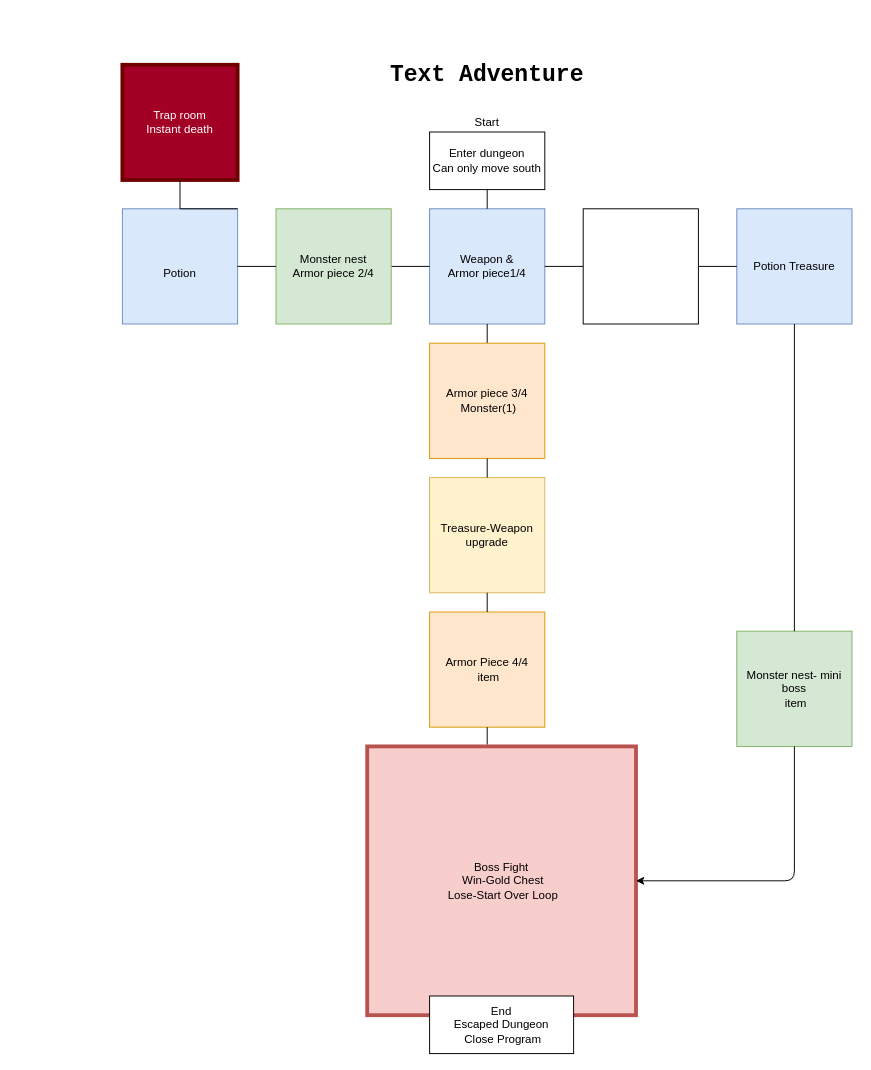
Above: Text Adventure.drawio in Cainl7996/CSC-153 (draw.io), before the change. Source tidied: cells renumbered, new cells numbered last; positions are measured from the earlier drawing's top-left corner, leaving out a move shared by most shapes. Both pictures are drawn from the tidied source at 96%, with x=0, y=0 at pixel (122, 55).
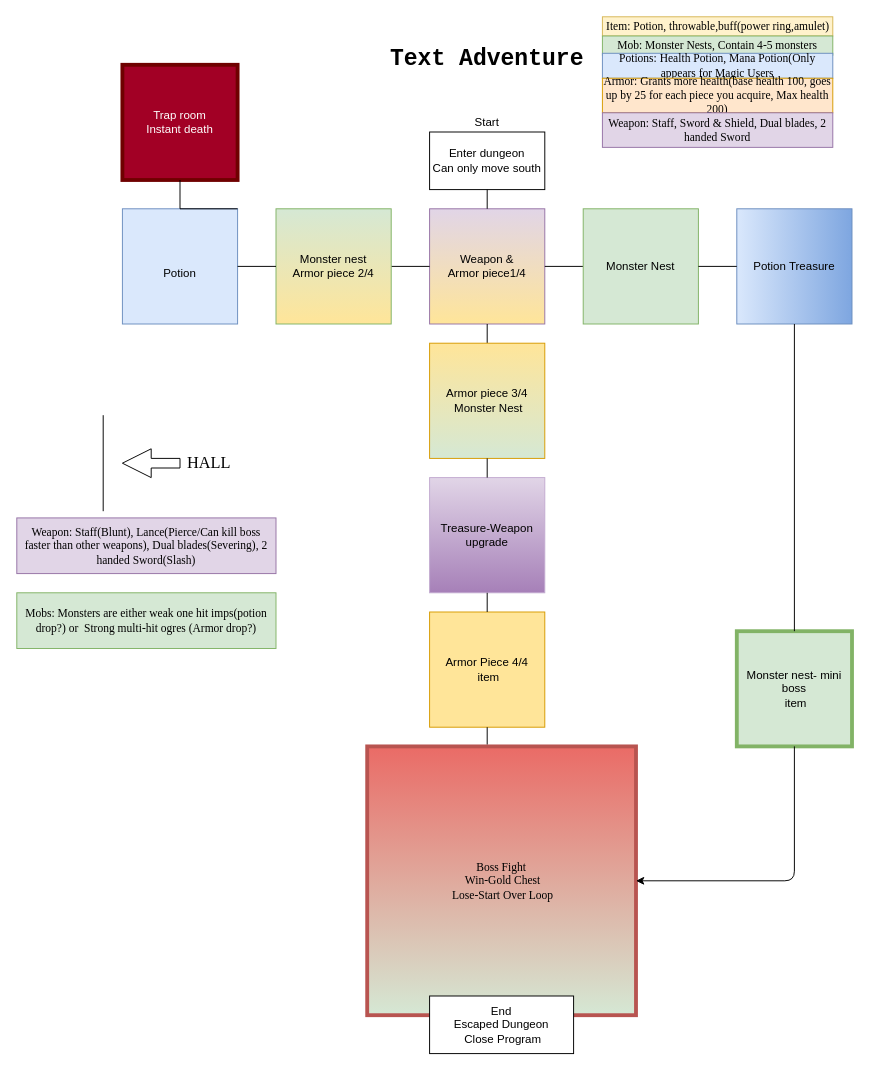
The same diagram, later.

Change to the diagram source:
```diff
@@
-    <mxCell id="3" value="Weapon &amp;amp;&lt;br&gt;Armor piece1/4" style="whiteSpace=wrap;html=1;fillColor=#dae8fc;strokeColor=#6c8ebf;" parent="1" vertex="1">
+    <mxCell id="3" value="Weapon &amp;amp;&lt;br&gt;Armor piece1/4" style="whiteSpace=wrap;html=1;fillColor=#e1d5e7;strokeColor=#9673a6;gradientColor=#FFE599;" parent="1" vertex="1">
       <mxGeometry x="320" y="160" width="120" height="120" as="geometry" />
     </mxCell>
@@
     <mxCell id="5" value="&lt;h1&gt;&lt;font face=&quot;Courier New&quot;&gt;Text Adventure&lt;/font&gt;&lt;/h1&gt;" style="text;html=1;strokeColor=none;fillColor=none;align=center;verticalAlign=middle;whiteSpace=wrap;rounded=0;" parent="1" vertex="1">
-      <mxGeometry x="160" width="440" height="40" as="geometry" />
+      <mxGeometry x="160" y="-16" width="440" height="40" as="geometry" />
     </mxCell>
@@
-    <mxCell id="10" value="Armor piece 3/4&lt;br&gt;&amp;nbsp;Monster(1)" style="whiteSpace=wrap;html=1;fillColor=#ffe6cc;strokeColor=#d79b00;" parent="1" vertex="1">
+    <mxCell id="10" value="Armor piece 3/4&lt;br&gt;&amp;nbsp;Monster Nest" style="whiteSpace=wrap;html=1;fillColor=#FFE599;strokeColor=#d79b00;gradientColor=#D5E8D4;" parent="1" vertex="1">
       <mxGeometry x="320" y="300" width="120" height="120" as="geometry" />
     </mxCell>
-    <mxCell id="11" value="Monster nest&lt;br&gt;Armor piece 2/4" style="whiteSpace=wrap;html=1;fillColor=#d5e8d4;strokeColor=#82b366;" parent="1" vertex="1">
+    <mxCell id="11" value="Monster nest&lt;br&gt;Armor piece 2/4" style="whiteSpace=wrap;html=1;fillColor=#d5e8d4;strokeColor=#82b366;gradientColor=#FFE599;" parent="1" vertex="1">
       <mxGeometry x="160" y="160" width="120" height="120" as="geometry" />
     </mxCell>
-    <mxCell id="12" style="whiteSpace=wrap;html=1;" parent="1" vertex="1">
+    <mxCell id="12" value="Monster Nest" style="whiteSpace=wrap;html=1;fillColor=#d5e8d4;strokeColor=#82b366;" parent="1" vertex="1">
       <mxGeometry x="480" y="160" width="120" height="120" as="geometry" />
     </mxCell>
@@
-    <mxCell id="14" value="Potion Treasure" style="whiteSpace=wrap;html=1;fillColor=#dae8fc;strokeColor=#6c8ebf;" parent="1" vertex="1">
+    <mxCell id="14" value="Potion Treasure" style="whiteSpace=wrap;html=1;fillColor=#dae8fc;strokeColor=#6c8ebf;gradientColor=#7EA6E0;gradientDirection=east;" parent="1" vertex="1">
       <mxGeometry x="640" y="160" width="120" height="120" as="geometry" />
     </mxCell>
-    <mxCell id="15" value="Monster nest- mini boss&lt;br&gt;&amp;nbsp;item" style="whiteSpace=wrap;html=1;fillColor=#d5e8d4;strokeColor=#82b366;" parent="1" vertex="1">
+    <mxCell id="15" value="Monster nest- mini boss&lt;br&gt;&amp;nbsp;item" style="whiteSpace=wrap;html=1;fillColor=#d5e8d4;strokeColor=#82b366;strokeWidth=4;" parent="1" vertex="1">
       <mxGeometry x="640" y="600" width="120" height="120" as="geometry" />
     </mxCell>
@@
-    <mxCell id="17" value="Treasure-Weapon upgrade" style="whiteSpace=wrap;html=1;fillColor=#fff2cc;strokeColor=#d6b656;" parent="1" vertex="1">
+    <mxCell id="17" value="Treasure-Weapon upgrade" style="whiteSpace=wrap;html=1;fillColor=#E1D5E7;strokeColor=#C3ABD0;gradientColor=#A680B8;gradientDirection=south;" parent="1" vertex="1">
       <mxGeometry x="320" y="440" width="120" height="120" as="geometry" />
     </mxCell>
-    <mxCell id="18" value="Armor Piece 4/4&lt;br&gt;&amp;nbsp;item" style="whiteSpace=wrap;html=1;fillColor=#ffe6cc;strokeColor=#d79b00;" parent="1" vertex="1">
+    <mxCell id="18" value="Armor Piece 4/4&lt;br&gt;&amp;nbsp;item" style="whiteSpace=wrap;html=1;fillColor=#FFE599;strokeColor=#d79b00;" parent="1" vertex="1">
       <mxGeometry x="320" y="580" width="120" height="120" as="geometry" />
     </mxCell>
-    <mxCell id="19" value="Boss Fight&lt;br&gt;&amp;nbsp;Win-Gold Chest&lt;br&gt;&amp;nbsp;Lose-Start Over Loop" style="whiteSpace=wrap;html=1;fillColor=#f8cecc;strokeColor=#b85450;gradientColor=none;strokeWidth=4;" parent="1" vertex="1">
+    <mxCell id="19" value="Boss Fight&lt;br&gt;&amp;nbsp;Win-Gold Chest&lt;br&gt;&amp;nbsp;Lose-Start Over Loop" style="whiteSpace=wrap;html=1;fillColor=#EA6B66;strokeColor=#b85450;gradientColor=#D5E8D4;strokeWidth=4;fontFamily=Garamond;" parent="1" vertex="1">
       <mxGeometry x="255" y="720" width="280" height="280" as="geometry" />
     </mxCell>
@@
+    <mxCell id="30" value="Item: Potion, throwable,buff(power ring,amulet)" style="text;html=1;align=center;verticalAlign=middle;fillColor=#fff2cc;strokeColor=#d6b656;rounded=0;fontFamily=Garamond;" parent="1" vertex="1">
+      <mxGeometry x="500" y="-40" width="240" height="20" as="geometry" />
+    </mxCell>
+    <mxCell id="31" value="Mob: Monster Nests, Contain 4-5 monsters" style="text;html=1;strokeColor=#82b366;fillColor=#d5e8d4;align=center;verticalAlign=middle;whiteSpace=wrap;rounded=0;fontFamily=Garamond;" parent="1" vertex="1">
+      <mxGeometry x="500" y="-20" width="240" height="20" as="geometry" />
+    </mxCell>
+    <mxCell id="32" value="Potions: Health Potion, Mana Potion(Only appears for Magic Users" style="text;html=1;strokeColor=#6c8ebf;fillColor=#dae8fc;align=center;verticalAlign=middle;whiteSpace=wrap;rounded=0;fontFamily=Garamond;" parent="1" vertex="1">
+      <mxGeometry x="500" y="-2" width="240" height="26" as="geometry" />
+    </mxCell>
+    <mxCell id="33" value="Armor: Grants more health(base health 100, goes up by 25 for each piece you acquire, Max health 200)" style="text;html=1;strokeColor=#d79b00;fillColor=#ffe6cc;align=center;verticalAlign=middle;whiteSpace=wrap;rounded=0;fontFamily=Garamond;" parent="1" vertex="1">
+      <mxGeometry x="500" y="24" width="240" height="36" as="geometry" />
+    </mxCell>
+    <mxCell id="34" value="Weapon: Staff, Sword &amp;amp; Shield, Dual blades, 2 handed Sword" style="text;html=1;strokeColor=#9673a6;fillColor=#e1d5e7;align=center;verticalAlign=middle;whiteSpace=wrap;rounded=0;fontFamily=Garamond;" parent="1" vertex="1">
+      <mxGeometry x="500" y="60" width="240" height="36" as="geometry" />
+    </mxCell>
+    <mxCell id="35" style="endArrow=none;html=1;fontFamily=Garamond;" parent="1" edge="1">
+      <mxGeometry relative="1" as="geometry">
+        <mxPoint x="-20" y="375" as="sourcePoint" />
+        <mxPoint x="-20" y="475" as="targetPoint" />
+      </mxGeometry>
+    </mxCell>
+    <mxCell id="36" style="edgeStyle=orthogonalEdgeStyle;shape=arrow;rounded=0;jettySize=auto;html=1;fontFamily=Garamond;fontSize=17;" parent="1" edge="1" source="37">
+      <mxGeometry relative="1" as="geometry">
+        <mxPoint y="425" as="targetPoint" />
+      </mxGeometry>
+    </mxCell>
+    <mxCell id="37" value="HALL" style="text;html=1;align=center;verticalAlign=middle;points=[];fontFamily=Garamond;fontSize=17;" parent="1" vertex="1">
+      <mxGeometry x="60" y="410" width="60" height="30" as="geometry" />
+    </mxCell>
+    <mxCell id="38" value="Weapon: Staff(Blunt), Lance(Pierce/Can kill boss faster than other weapons), Dual blades(Severing), 2 handed Sword(Slash)" style="text;html=1;strokeColor=#9673a6;fillColor=#e1d5e7;align=center;verticalAlign=middle;whiteSpace=wrap;rounded=0;fontFamily=Garamond;" parent="1" vertex="1">
+      <mxGeometry x="-110" y="482" width="270" height="58" as="geometry" />
+    </mxCell>
+    <mxCell id="39" value="Mobs: Monsters are either weak one hit imps(potion drop?) or&amp;nbsp; Strong multi-hit ogres (Armor drop?)" style="text;html=1;strokeColor=#82b366;fillColor=#d5e8d4;align=center;verticalAlign=middle;whiteSpace=wrap;rounded=0;fontFamily=Garamond;" parent="1" vertex="1">
+      <mxGeometry x="-110" y="560" width="270" height="58" as="geometry" />
+    </mxCell>
```
